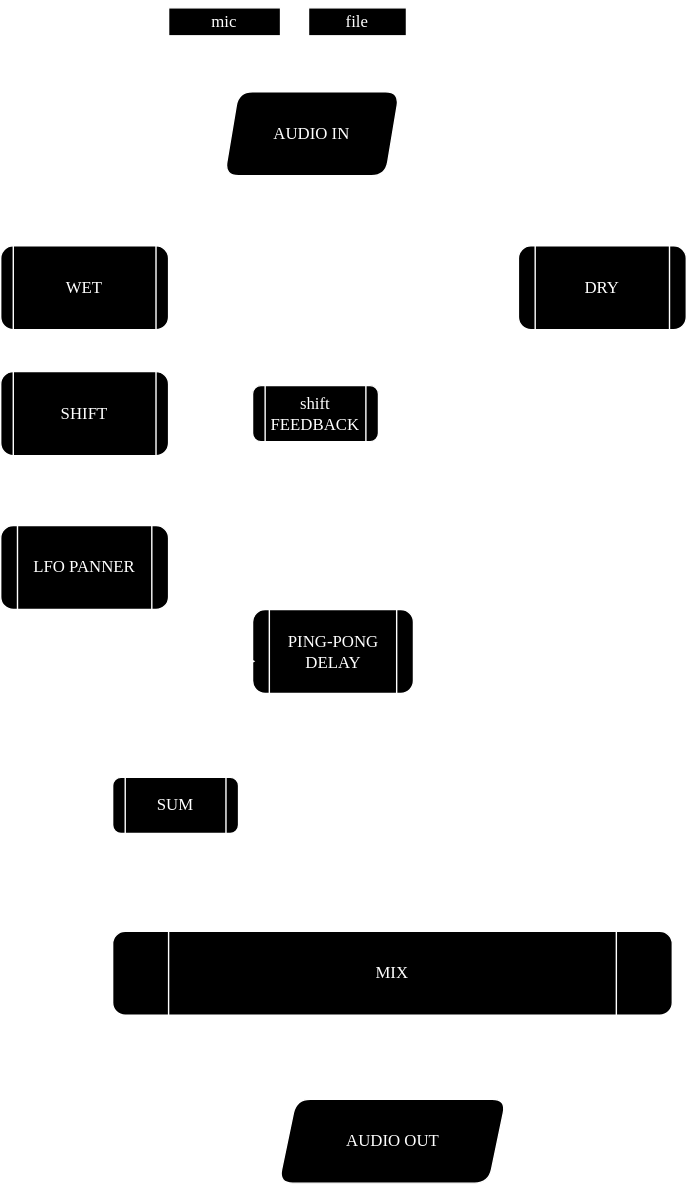
krismakesstuff/shift keeps this draw.io diagram as shift-signalflow.drawio.svg. Above is the earlier version. Source tidied: cells renumbered, new cells last; positions are measured from the earlier drawing's top-left corner, leaving out a move shared by most shapes.
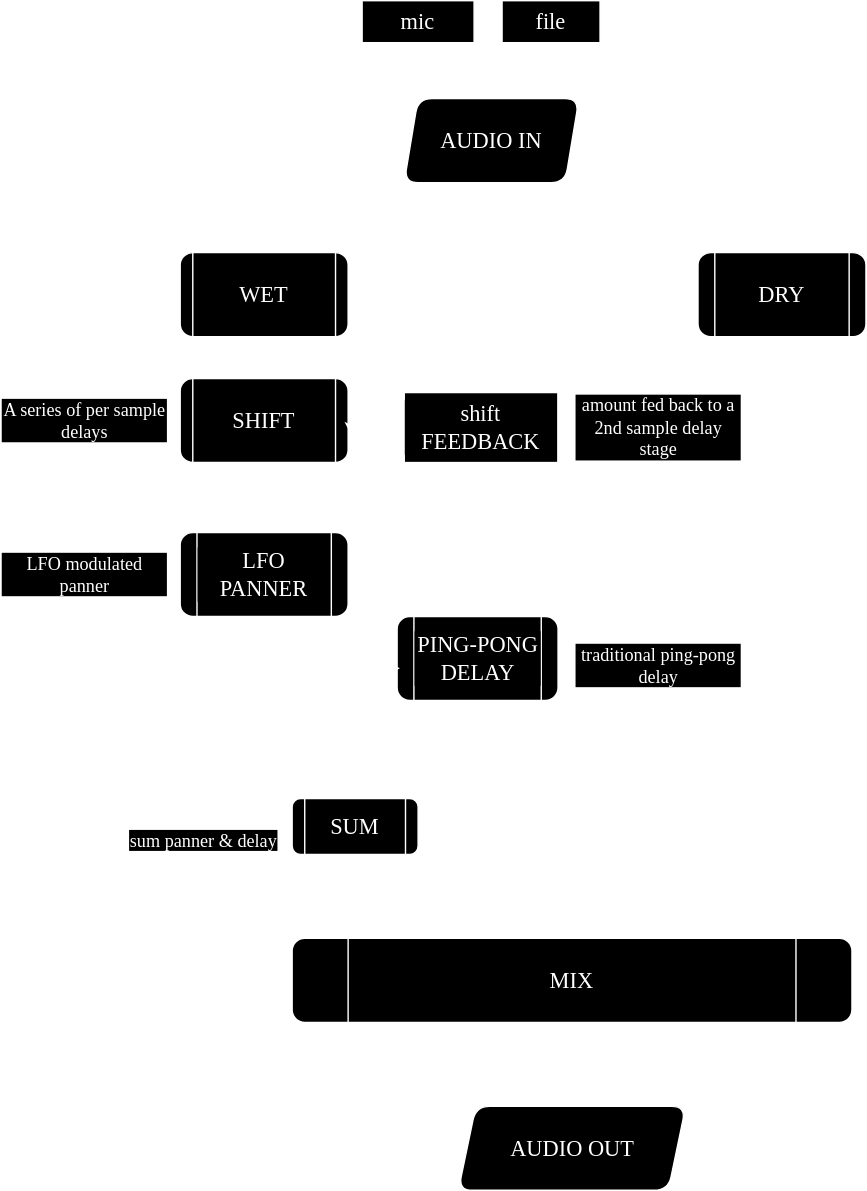
The same diagram one commit later.

The edit, as a diff of the source:
```diff
@@ -2,97 +2,120 @@
   <root>
     <mxCell id="0" />
     <mxCell id="1" parent="0" />
-    <mxCell id="2" style="edgeStyle=orthogonalEdgeStyle;rounded=1;jettySize=auto;html=1;exitX=0.75;exitY=1;exitDx=0;exitDy=0;entryX=0.25;entryY=0;entryDx=0;entryDy=0;labelBackgroundColor=none;fontColor=default;fontFamily=Lucida Console;" parent="1" edge="1" source="3" target="22">
-      <mxGeometry relative="1" as="geometry" />
+    <mxCell id="2" style="edgeStyle=orthogonalEdgeStyle;rounded=1;jettySize=auto;html=1;exitX=0.75;exitY=1;exitDx=0;exitDy=0;entryX=0.25;entryY=0;entryDx=0;entryDy=0;labelBackgroundColor=default;fontColor=default;fontFamily=Lucida Console;fontSize=16;" parent="1" edge="1" target="22">
+      <mxGeometry relative="1" as="geometry">
+        <mxPoint x="180" y="25" as="sourcePoint" />
+      </mxGeometry>
     </mxCell>
-    <mxCell id="3" value="mic" style="rounded=1;whiteSpace=wrap;html=1;fontSize=12;glass=0;strokeWidth=1;shadow=0;arcSize=0;labelBackgroundColor=none;fontFamily=Lucida Console;" parent="1" vertex="1">
-      <mxGeometry x="120" y="5" width="80" height="20" as="geometry" />
+    <mxCell id="3" value="mic" style="rounded=1;whiteSpace=wrap;html=1;fontSize=16;glass=0;strokeWidth=1;shadow=0;arcSize=0;labelBackgroundColor=default;fontFamily=Lucida Console;" parent="1" vertex="1">
+      <mxGeometry x="130" y="-5" width="80" height="30" as="geometry" />
     </mxCell>
-    <mxCell id="4" style="edgeStyle=orthogonalEdgeStyle;rounded=1;jettySize=auto;html=1;exitX=0.5;exitY=1;exitDx=0;exitDy=0;entryX=0.75;entryY=0;entryDx=0;entryDy=0;labelBackgroundColor=none;fontColor=default;fontFamily=Lucida Console;" parent="1" edge="1" source="5" target="22">
-      <mxGeometry relative="1" as="geometry" />
+    <mxCell id="4" style="edgeStyle=orthogonalEdgeStyle;rounded=1;jettySize=auto;html=1;exitX=0.5;exitY=1;exitDx=0;exitDy=0;entryX=0.75;entryY=0;entryDx=0;entryDy=0;labelBackgroundColor=default;fontColor=default;fontFamily=Lucida Console;fontSize=16;" parent="1" edge="1" target="22">
+      <mxGeometry relative="1" as="geometry">
+        <mxPoint x="255" y="25" as="sourcePoint" />
+      </mxGeometry>
     </mxCell>
-    <mxCell id="5" value="file" style="rounded=1;whiteSpace=wrap;html=1;fontSize=12;glass=0;strokeWidth=1;shadow=0;arcSize=0;labelBackgroundColor=none;fontFamily=Lucida Console;" parent="1" vertex="1">
-      <mxGeometry x="220" y="5" width="70" height="20" as="geometry" />
+    <mxCell id="5" value="file" style="rounded=1;whiteSpace=wrap;html=1;fontSize=16;glass=0;strokeWidth=1;shadow=0;arcSize=0;labelBackgroundColor=default;fontFamily=Lucida Console;" parent="1" vertex="1">
+      <mxGeometry x="230" y="-5" width="70" height="30" as="geometry" />
     </mxCell>
-    <mxCell id="6" style="edgeStyle=orthogonalEdgeStyle;rounded=1;jettySize=auto;html=1;exitX=0.5;exitY=1;exitDx=0;exitDy=0;entryX=0.5;entryY=0;entryDx=0;entryDy=0;labelBackgroundColor=none;fontColor=default;fontFamily=Lucida Console;" parent="1" edge="1" source="7" target="11">
+    <mxCell id="6" style="edgeStyle=orthogonalEdgeStyle;rounded=1;jettySize=auto;html=1;exitX=0.5;exitY=1;exitDx=0;exitDy=0;entryX=0.5;entryY=0;entryDx=0;entryDy=0;labelBackgroundColor=default;fontColor=default;fontFamily=Lucida Console;fontSize=16;" parent="1" edge="1" source="7" target="11">
       <mxGeometry relative="1" as="geometry" />
     </mxCell>
-    <mxCell id="7" value="WET" style="shape=process;whiteSpace=wrap;html=1;backgroundOutline=1;size=0;rounded=1;labelBackgroundColor=none;fontFamily=Lucida Console;" parent="1" vertex="1">
+    <mxCell id="7" value="WET" style="shape=process;whiteSpace=wrap;html=1;backgroundOutline=1;size=0;rounded=1;labelBackgroundColor=default;fontFamily=Lucida Console;fontSize=16;" parent="1" vertex="1">
       <mxGeometry y="175" width="120" height="60" as="geometry" />
     </mxCell>
-    <mxCell id="8" value="DRY" style="shape=process;whiteSpace=wrap;html=1;backgroundOutline=1;rounded=1;labelBackgroundColor=none;fontFamily=Lucida Console;" parent="1" vertex="1">
+    <mxCell id="8" value="DRY" style="shape=process;whiteSpace=wrap;html=1;backgroundOutline=1;rounded=1;labelBackgroundColor=default;fontFamily=Lucida Console;fontSize=16;" parent="1" vertex="1">
       <mxGeometry x="370" y="175" width="120" height="60" as="geometry" />
     </mxCell>
-    <mxCell id="9" style="edgeStyle=orthogonalEdgeStyle;rounded=1;jettySize=auto;html=1;exitX=0.75;exitY=1;exitDx=0;exitDy=0;labelBackgroundColor=none;fontColor=default;fontFamily=Lucida Console;" parent="1" edge="1" source="11" target="13">
+    <mxCell id="9" style="edgeStyle=orthogonalEdgeStyle;rounded=1;jettySize=auto;html=1;exitX=0.75;exitY=1;exitDx=0;exitDy=0;labelBackgroundColor=default;fontColor=default;fontFamily=Lucida Console;fontSize=16;" parent="1" edge="1" source="11" target="13">
       <mxGeometry relative="1" as="geometry">
         <Array as="points">
-          <mxPoint x="90" y="345" />
-          <mxPoint x="205" y="345" />
+          <mxPoint x="90" y="355" />
+          <mxPoint x="205" y="355" />
         </Array>
       </mxGeometry>
     </mxCell>
-    <mxCell id="10" style="edgeStyle=orthogonalEdgeStyle;rounded=1;jettySize=auto;html=1;exitX=0.5;exitY=1;exitDx=0;exitDy=0;entryX=0.5;entryY=0;entryDx=0;entryDy=0;labelBackgroundColor=none;fontColor=default;fontFamily=Lucida Console;" parent="1" edge="1" source="11" target="15">
+    <mxCell id="10" style="edgeStyle=orthogonalEdgeStyle;rounded=1;jettySize=auto;html=1;exitX=0.5;exitY=1;exitDx=0;exitDy=0;entryX=0.5;entryY=0;entryDx=0;entryDy=0;labelBackgroundColor=default;fontColor=default;fontFamily=Lucida Console;fontSize=16;" parent="1" edge="1" source="11" target="15">
       <mxGeometry relative="1" as="geometry" />
     </mxCell>
-    <mxCell id="11" value="SHIFT" style="shape=process;whiteSpace=wrap;html=1;backgroundOutline=1;size=0;rounded=1;labelBackgroundColor=none;fontFamily=Lucida Console;" parent="1" vertex="1">
+    <mxCell id="11" value="SHIFT" style="shape=process;whiteSpace=wrap;html=1;backgroundOutline=1;size=0;rounded=1;labelBackgroundColor=default;fontFamily=Lucida Console;fontSize=16;" parent="1" vertex="1">
       <mxGeometry y="265" width="120" height="60" as="geometry" />
     </mxCell>
-    <mxCell id="12" style="edgeStyle=orthogonalEdgeStyle;rounded=1;jettySize=auto;html=1;entryX=1;entryY=0.5;entryDx=0;entryDy=0;labelBackgroundColor=none;fontColor=default;fontFamily=Lucida Console;" parent="1" edge="1" source="13" target="11">
-      <mxGeometry relative="1" as="geometry" />
+    <mxCell id="12" style="edgeStyle=orthogonalEdgeStyle;rounded=1;jettySize=auto;html=1;labelBackgroundColor=default;fontColor=default;fontFamily=Lucida Console;fontSize=16;exitX=0;exitY=0.5;exitDx=0;exitDy=0;" parent="1" edge="1" source="13">
+      <mxGeometry relative="1" as="geometry">
+        <mxPoint x="122" y="305" as="targetPoint" />
+      </mxGeometry>
     </mxCell>
-    <mxCell id="13" value="shift FEEDBACK" style="shape=process;whiteSpace=wrap;html=1;backgroundOutline=1;rounded=1;labelBackgroundColor=none;fontFamily=Lucida Console;" parent="1" vertex="1">
-      <mxGeometry x="180" y="275" width="90" height="40" as="geometry" />
+    <mxCell id="13" value="shift FEEDBACK" style="shape=process;whiteSpace=wrap;html=1;backgroundOutline=1;rounded=1;labelBackgroundColor=default;fontFamily=Lucida Console;fontSize=16;arcSize=0;size=0;" parent="1" vertex="1">
+      <mxGeometry x="160" y="275" width="110" height="50" as="geometry" />
     </mxCell>
-    <mxCell id="14" style="edgeStyle=orthogonalEdgeStyle;rounded=1;jettySize=auto;html=1;exitX=0.25;exitY=1;exitDx=0;exitDy=0;entryX=0.25;entryY=0;entryDx=0;entryDy=0;labelBackgroundColor=none;fontColor=default;fontFamily=Lucida Console;" parent="1" edge="1" source="15" target="17">
+    <mxCell id="14" style="edgeStyle=orthogonalEdgeStyle;rounded=1;jettySize=auto;html=1;exitX=0.25;exitY=1;exitDx=0;exitDy=0;entryX=0.25;entryY=0;entryDx=0;entryDy=0;labelBackgroundColor=default;fontColor=default;fontFamily=Lucida Console;fontSize=16;" parent="1" edge="1" source="15" target="17">
       <mxGeometry relative="1" as="geometry">
         <Array as="points">
-          <mxPoint x="38" y="435" />
-          <mxPoint x="38" y="535" />
-          <mxPoint x="103" y="535" />
+          <mxPoint x="30" y="525" />
+          <mxPoint x="103" y="525" />
         </Array>
       </mxGeometry>
     </mxCell>
-    <mxCell id="15" value="LFO PANNER" style="shape=process;whiteSpace=wrap;html=1;backgroundOutline=1;rounded=1;labelBackgroundColor=none;fontFamily=Lucida Console;" parent="1" vertex="1">
+    <mxCell id="15" value="LFO PANNER" style="shape=process;whiteSpace=wrap;html=1;backgroundOutline=1;rounded=1;labelBackgroundColor=default;fontFamily=Lucida Console;fontSize=16;" parent="1" vertex="1">
       <mxGeometry y="375" width="120" height="60" as="geometry" />
     </mxCell>
-    <mxCell id="16" style="edgeStyle=orthogonalEdgeStyle;rounded=1;jettySize=auto;html=1;exitX=0.75;exitY=1;exitDx=0;exitDy=0;entryX=0.168;entryY=0;entryDx=0;entryDy=0;entryPerimeter=0;labelBackgroundColor=none;fontColor=default;fontFamily=Lucida Console;" parent="1" edge="1" source="17" target="19">
+    <mxCell id="16" style="edgeStyle=orthogonalEdgeStyle;rounded=1;jettySize=auto;html=1;exitX=0.75;exitY=1;exitDx=0;exitDy=0;entryX=0.168;entryY=0;entryDx=0;entryDy=0;entryPerimeter=0;labelBackgroundColor=default;fontColor=default;fontFamily=Lucida Console;fontSize=16;" parent="1" edge="1" source="17" target="19">
       <mxGeometry relative="1" as="geometry" />
     </mxCell>
-    <mxCell id="17" value="SUM" style="shape=process;whiteSpace=wrap;html=1;backgroundOutline=1;rounded=1;labelBackgroundColor=none;fontFamily=Lucida Console;" parent="1" vertex="1">
-      <mxGeometry x="80" y="555" width="90" height="40" as="geometry" />
+    <mxCell id="17" value="SUM" style="shape=process;whiteSpace=wrap;html=1;backgroundOutline=1;rounded=1;labelBackgroundColor=default;fontFamily=Lucida Console;fontSize=16;" parent="1" vertex="1">
+      <mxGeometry x="80" y="565" width="90" height="40" as="geometry" />
     </mxCell>
-    <mxCell id="18" style="edgeStyle=orthogonalEdgeStyle;rounded=1;jettySize=auto;html=1;exitX=0.5;exitY=1;exitDx=0;exitDy=0;entryX=0.5;entryY=0;entryDx=0;entryDy=0;labelBackgroundColor=none;fontColor=default;fontFamily=Lucida Console;" parent="1" edge="1" source="19" target="27">
+    <mxCell id="18" style="edgeStyle=orthogonalEdgeStyle;rounded=1;jettySize=auto;html=1;exitX=0.5;exitY=1;exitDx=0;exitDy=0;entryX=0.5;entryY=0;entryDx=0;entryDy=0;labelBackgroundColor=default;fontColor=default;fontFamily=Lucida Console;fontSize=16;" parent="1" edge="1" source="19" target="27">
       <mxGeometry relative="1" as="geometry" />
     </mxCell>
-    <mxCell id="19" value="MIX" style="shape=process;whiteSpace=wrap;html=1;backgroundOutline=1;rounded=1;labelBackgroundColor=none;fontFamily=Lucida Console;" parent="1" vertex="1">
+    <mxCell id="19" value="MIX" style="shape=process;whiteSpace=wrap;html=1;backgroundOutline=1;rounded=1;labelBackgroundColor=default;fontFamily=Lucida Console;fontSize=16;" parent="1" vertex="1">
       <mxGeometry x="80" y="665" width="400" height="60" as="geometry" />
     </mxCell>
-    <mxCell id="20" style="edgeStyle=orthogonalEdgeStyle;rounded=1;jettySize=auto;html=1;entryX=0.75;entryY=0;entryDx=0;entryDy=0;exitX=0.25;exitY=1;exitDx=0;exitDy=0;labelBackgroundColor=none;fontColor=default;fontFamily=Lucida Console;" parent="1" edge="1" source="22" target="7">
+    <mxCell id="20" style="edgeStyle=orthogonalEdgeStyle;rounded=1;jettySize=auto;html=1;entryX=0.75;entryY=0;entryDx=0;entryDy=0;exitX=0.25;exitY=1;exitDx=0;exitDy=0;labelBackgroundColor=default;fontColor=default;fontFamily=Lucida Console;fontSize=16;" parent="1" edge="1" source="22" target="7">
       <mxGeometry relative="1" as="geometry" />
     </mxCell>
-    <mxCell id="21" style="edgeStyle=orthogonalEdgeStyle;rounded=1;jettySize=auto;html=1;exitX=0.75;exitY=1;exitDx=0;exitDy=0;entryX=0.25;entryY=0;entryDx=0;entryDy=0;labelBackgroundColor=none;fontColor=default;fontFamily=Lucida Console;" parent="1" edge="1" source="22" target="8">
+    <mxCell id="21" style="edgeStyle=orthogonalEdgeStyle;rounded=1;jettySize=auto;html=1;exitX=0.75;exitY=1;exitDx=0;exitDy=0;entryX=0.25;entryY=0;entryDx=0;entryDy=0;labelBackgroundColor=default;fontColor=default;fontFamily=Lucida Console;fontSize=16;" parent="1" edge="1" source="22" target="8">
       <mxGeometry relative="1" as="geometry" />
     </mxCell>
-    <mxCell id="22" value="AUDIO IN" style="shape=parallelogram;perimeter=parallelogramPerimeter;whiteSpace=wrap;html=1;fixedSize=1;size=10;rounded=1;labelBackgroundColor=none;fontFamily=Lucida Console;" parent="1" vertex="1">
+    <mxCell id="22" value="AUDIO IN" style="shape=parallelogram;perimeter=parallelogramPerimeter;whiteSpace=wrap;html=1;fixedSize=1;size=10;rounded=1;labelBackgroundColor=default;fontFamily=Lucida Console;fontSize=16;" parent="1" vertex="1">
       <mxGeometry x="160" y="65" width="125" height="60" as="geometry" />
     </mxCell>
-    <mxCell id="23" style="edgeStyle=orthogonalEdgeStyle;rounded=1;jettySize=auto;html=1;exitX=0.25;exitY=1;exitDx=0;exitDy=0;entryX=0.75;entryY=0;entryDx=0;entryDy=0;labelBackgroundColor=none;fontColor=default;fontFamily=Lucida Console;" parent="1" edge="1" source="24" target="17">
-      <mxGeometry relative="1" as="geometry" />
+    <mxCell id="23" style="edgeStyle=orthogonalEdgeStyle;rounded=1;jettySize=auto;html=1;exitX=0.25;exitY=1;exitDx=0;exitDy=0;entryX=0.75;entryY=0;entryDx=0;entryDy=0;labelBackgroundColor=default;fontColor=default;fontFamily=Lucida Console;fontSize=16;" parent="1" edge="1" source="24" target="17">
+      <mxGeometry relative="1" as="geometry">
+        <Array as="points">
+          <mxPoint x="172" y="495" />
+          <mxPoint x="172" y="525" />
+          <mxPoint x="148" y="525" />
+        </Array>
+      </mxGeometry>
     </mxCell>
-    <mxCell id="24" value="PING-PONG DELAY" style="shape=process;whiteSpace=wrap;html=1;backgroundOutline=1;rounded=1;labelBackgroundColor=none;fontFamily=Lucida Console;" parent="1" vertex="1">
-      <mxGeometry x="180" y="435" width="115" height="60" as="geometry" />
+    <mxCell id="24" value="PING-PONG DELAY" style="shape=process;whiteSpace=wrap;html=1;backgroundOutline=1;rounded=1;labelBackgroundColor=default;fontFamily=Lucida Console;fontSize=16;" parent="1" vertex="1">
+      <mxGeometry x="155" y="435" width="115" height="60" as="geometry" />
     </mxCell>
-    <mxCell id="25" style="edgeStyle=orthogonalEdgeStyle;rounded=1;jettySize=auto;html=1;exitX=0.75;exitY=1;exitDx=0;exitDy=0;entryX=0.017;entryY=0.617;entryDx=0;entryDy=0;entryPerimeter=0;labelBackgroundColor=none;fontColor=default;fontFamily=Lucida Console;" parent="1" edge="1" source="15" target="24">
+    <mxCell id="25" style="edgeStyle=orthogonalEdgeStyle;rounded=1;jettySize=auto;html=1;exitX=0.75;exitY=1;exitDx=0;exitDy=0;entryX=0.017;entryY=0.617;entryDx=0;entryDy=0;entryPerimeter=0;labelBackgroundColor=default;fontColor=default;fontFamily=Lucida Console;fontSize=16;" parent="1" edge="1" source="15" target="24">
       <mxGeometry relative="1" as="geometry" />
     </mxCell>
-    <mxCell id="26" style="edgeStyle=orthogonalEdgeStyle;rounded=1;jettySize=auto;html=1;entryX=0.873;entryY=-0.033;entryDx=0;entryDy=0;entryPerimeter=0;labelBackgroundColor=none;fontColor=default;fontFamily=Lucida Console;" parent="1" edge="1" source="8" target="19">
+    <mxCell id="26" style="edgeStyle=orthogonalEdgeStyle;rounded=1;jettySize=auto;html=1;entryX=0.873;entryY=-0.033;entryDx=0;entryDy=0;entryPerimeter=0;labelBackgroundColor=default;fontColor=default;fontFamily=Lucida Console;fontSize=16;" parent="1" edge="1" source="8" target="19">
       <mxGeometry relative="1" as="geometry" />
     </mxCell>
-    <mxCell id="27" value="AUDIO OUT" style="shape=parallelogram;perimeter=parallelogramPerimeter;whiteSpace=wrap;html=1;fixedSize=1;size=12.5;rounded=1;labelBackgroundColor=none;fontFamily=Lucida Console;" parent="1" vertex="1">
+    <mxCell id="27" value="AUDIO OUT" style="shape=parallelogram;perimeter=parallelogramPerimeter;whiteSpace=wrap;html=1;fixedSize=1;size=12.5;rounded=1;labelBackgroundColor=default;fontFamily=Lucida Console;fontSize=16;" parent="1" vertex="1">
       <mxGeometry x="198.8" y="785" width="162.5" height="60" as="geometry" />
     </mxCell>
-    <mxCell id="28" value="Text" style="text;html=1;align=center;verticalAlign=middle;whiteSpace=wrap;rounded=1;labelBackgroundColor=none;fontFamily=Lucida Console;" parent="1" vertex="1">
-      <mxGeometry x="334" width="60" height="30" as="geometry" />
+    <mxCell id="28" value="LFO modulated panner" style="text;html=1;align=center;verticalAlign=middle;whiteSpace=wrap;rounded=1;labelBackgroundColor=default;fontFamily=Lucida Console;fontSize=13;" parent="1" vertex="1">
+      <mxGeometry x="-128" y="390" width="120" height="30" as="geometry" />
     </mxCell>
+    <mxCell id="29" value="A series of per sample delays" style="text;html=1;align=center;verticalAlign=middle;whiteSpace=wrap;rounded=1;labelBackgroundColor=default;fontFamily=Lucida Console;fontSize=13;" parent="1" vertex="1">
+      <mxGeometry x="-128" y="280" width="120" height="30" as="geometry" />
+    </mxCell>
+    <mxCell id="30" value="traditional ping-pong delay" style="text;html=1;align=center;verticalAlign=middle;whiteSpace=wrap;rounded=1;labelBackgroundColor=default;fontFamily=Lucida Console;fontSize=13;" parent="1" vertex="1">
+      <mxGeometry x="282" y="455" width="120" height="30" as="geometry" />
+    </mxCell>
+    <mxCell id="31" value="amount fed back to a 2nd sample delay stage" style="text;html=1;align=center;verticalAlign=middle;whiteSpace=wrap;rounded=1;labelBackgroundColor=default;fontFamily=Lucida Console;fontSize=13;" parent="1" vertex="1">
+      <mxGeometry x="282" y="285" width="120" height="30" as="geometry" />
+    </mxCell>
+    <mxCell id="32" value="sum panner &amp;amp; delay" style="text;html=1;align=center;verticalAlign=middle;whiteSpace=wrap;rounded=1;labelBackgroundColor=default;fontFamily=Lucida Console;fontSize=13;" parent="1" vertex="1">
+      <mxGeometry x="-43" y="580" width="120" height="30" as="geometry" />
+    </mxCell>
   </root>
 </mxGraphModel>
```
